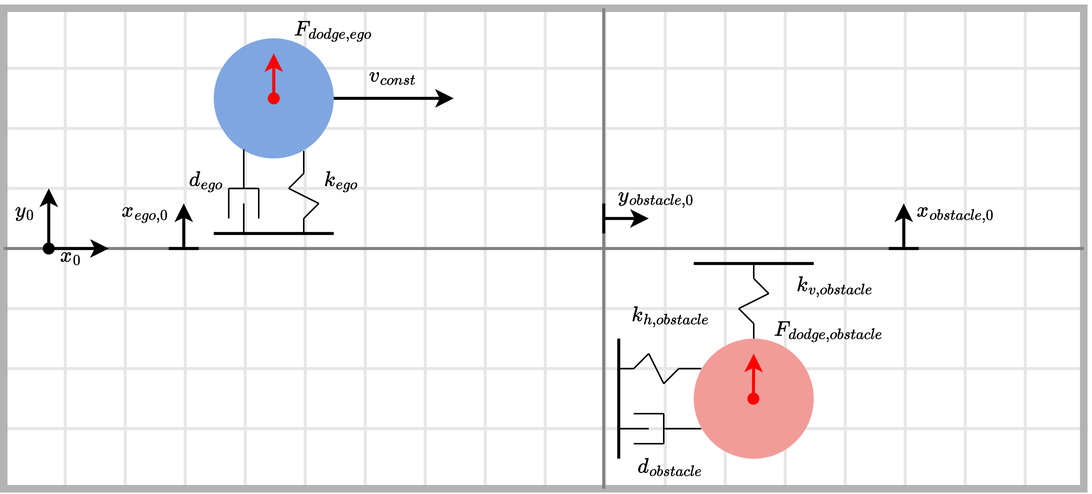
Before: assets/moving_circles.png, a diagram exported from draw.io (UniBwTAS/CollisionPro). Source tidied: cells renumbered, new cells last; positions are measured from the earlier drawing's top-left corner, leaving out a move shared by most shapes.
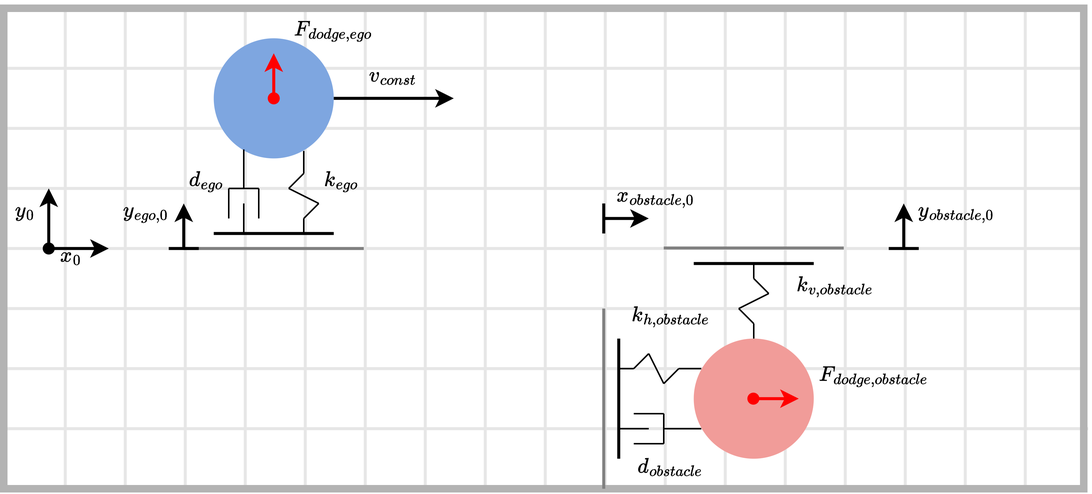
Above is the later version.

Commit message:
updated moving circle scheme

Diff of the diagram source:
```diff
@@ -152,12 +152,24 @@
     <mxCell id="27" style="rounded=0;whiteSpace=wrap;html=1;strokeWidth=5;strokeColor=#B3B3B3;fillColor=none;" parent="2" vertex="1">
       <mxGeometry width="720" height="320" as="geometry" />
     </mxCell>
-    <mxCell id="28" style="endArrow=none;html=1;rounded=0;strokeColor=#808080;exitX=0;exitY=0.5;exitDx=0;exitDy=0;entryX=1;entryY=0.5;entryDx=0;entryDy=0;strokeWidth=2;" parent="2" edge="1" source="27" target="27">
-      <mxGeometry relative="1" as="geometry" />
+    <mxCell id="28" style="endArrow=none;html=1;rounded=0;strokeColor=#808080;strokeWidth=2;" parent="2" edge="1">
+      <mxGeometry relative="1" as="geometry">
+        <mxPoint x="120" y="160" as="sourcePoint" />
+        <mxPoint x="240" y="160" as="targetPoint" />
+      </mxGeometry>
     </mxCell>
     <mxCell id="29" value="$$F_{dodge, ego}$$" style="text;html=1;align=center;verticalAlign=middle;whiteSpace=wrap;rounded=0;" parent="2" vertex="1">
       <mxGeometry x="190" width="60" height="30" as="geometry" />
     </mxCell>
+    <mxCell id="75" value="$$F_{dodge, obstacle}$$" style="text;html=1;align=center;verticalAlign=middle;whiteSpace=wrap;rounded=0;" parent="2" vertex="1">
+      <mxGeometry x="550" y="230" width="60" height="30" as="geometry" />
+    </mxCell>
+    <mxCell id="85" style="endArrow=none;html=1;rounded=0;strokeColor=#808080;strokeWidth=2;" parent="2" edge="1">
+      <mxGeometry relative="1" as="geometry">
+        <mxPoint x="440" y="159.7" as="sourcePoint" />
+        <mxPoint x="560" y="159.7" as="targetPoint" />
+      </mxGeometry>
+    </mxCell>
     <mxCell id="30" style="ellipse;whiteSpace=wrap;html=1;strokeColor=none;fillColor=#7EA6E0;" parent="1" vertex="1">
       <mxGeometry x="140" y="20" width="80" height="80" as="geometry" />
     </mxCell>
@@ -256,7 +268,7 @@
         <mxPoint x="120" y="130" as="targetPoint" />
       </mxGeometry>
     </mxCell>
-    <mxCell id="48" value="$$x_{ego, 0}$$" style="text;html=1;align=center;verticalAlign=middle;whiteSpace=wrap;rounded=0;" parent="1" vertex="1">
+    <mxCell id="48" value="$$y_{ego, 0}$$" style="text;html=1;align=center;verticalAlign=middle;whiteSpace=wrap;rounded=0;" parent="1" vertex="1">
       <mxGeometry x="80" y="120" width="30" height="30" as="geometry" />
     </mxCell>
     <mxCell id="49" value="$$k_{ego}$$" style="text;html=1;align=center;verticalAlign=middle;whiteSpace=wrap;rounded=0;" parent="1" vertex="1">
@@ -268,7 +280,7 @@
     <mxCell id="51" style="endArrow=none;html=1;rounded=0;strokeColor=#808080;strokeWidth=2;" parent="1" edge="1">
       <mxGeometry relative="1" as="geometry">
         <mxPoint x="400" y="320" as="sourcePoint" />
-        <mxPoint x="400" as="targetPoint" />
+        <mxPoint x="400" y="200" as="targetPoint" />
       </mxGeometry>
     </mxCell>
     <mxCell id="52" style="endArrow=none;html=1;rounded=0;strokeWidth=2;" parent="1" edge="1">
@@ -384,7 +396,7 @@
         <mxPoint x="600" y="130" as="targetPoint" />
       </mxGeometry>
     </mxCell>
-    <mxCell id="71" value="$$x_{obstacle, 0}$$" style="text;html=1;align=center;verticalAlign=middle;whiteSpace=wrap;rounded=0;" parent="1" vertex="1">
+    <mxCell id="71" value="$$y_{obstacle, 0}$$" style="text;html=1;align=center;verticalAlign=middle;whiteSpace=wrap;rounded=0;" parent="1" vertex="1">
       <mxGeometry x="620" y="120" width="30" height="30" as="geometry" />
     </mxCell>
     <mxCell id="72" style="endArrow=none;html=1;rounded=0;strokeWidth=2;" parent="1" edge="1">
@@ -399,16 +411,13 @@
         <mxPoint x="430" y="140" as="targetPoint" />
       </mxGeometry>
     </mxCell>
-    <mxCell id="74" value="$$y_{obstacle, 0}$$" style="text;html=1;align=center;verticalAlign=middle;whiteSpace=wrap;rounded=0;" parent="1" vertex="1">
+    <mxCell id="74" value="$$x_{obstacle, 0}$$" style="text;html=1;align=center;verticalAlign=middle;whiteSpace=wrap;rounded=0;" parent="1" vertex="1">
       <mxGeometry x="420" y="110" width="30" height="30" as="geometry" />
     </mxCell>
-    <mxCell id="75" value="$$F_{dodge, obstacle}$$" style="text;html=1;align=center;verticalAlign=middle;whiteSpace=wrap;rounded=0;" parent="1" vertex="1">
-      <mxGeometry x="520" y="200" width="60" height="30" as="geometry" />
-    </mxCell>
     <mxCell id="76" style="endArrow=classic;html=1;rounded=0;strokeWidth=2;strokeColor=#FF0000;startArrow=oval;startFill=1;" parent="1" edge="1">
       <mxGeometry relative="1" as="geometry">
         <mxPoint x="499.8" y="260" as="sourcePoint" />
-        <mxPoint x="500" y="230" as="targetPoint" />
+        <mxPoint x="530" y="260" as="targetPoint" />
       </mxGeometry>
     </mxCell>
     <mxCell id="77" value="$$k_{v, obstacle}$$" style="text;html=1;align=center;verticalAlign=middle;whiteSpace=wrap;rounded=0;" parent="1" vertex="1">
```
